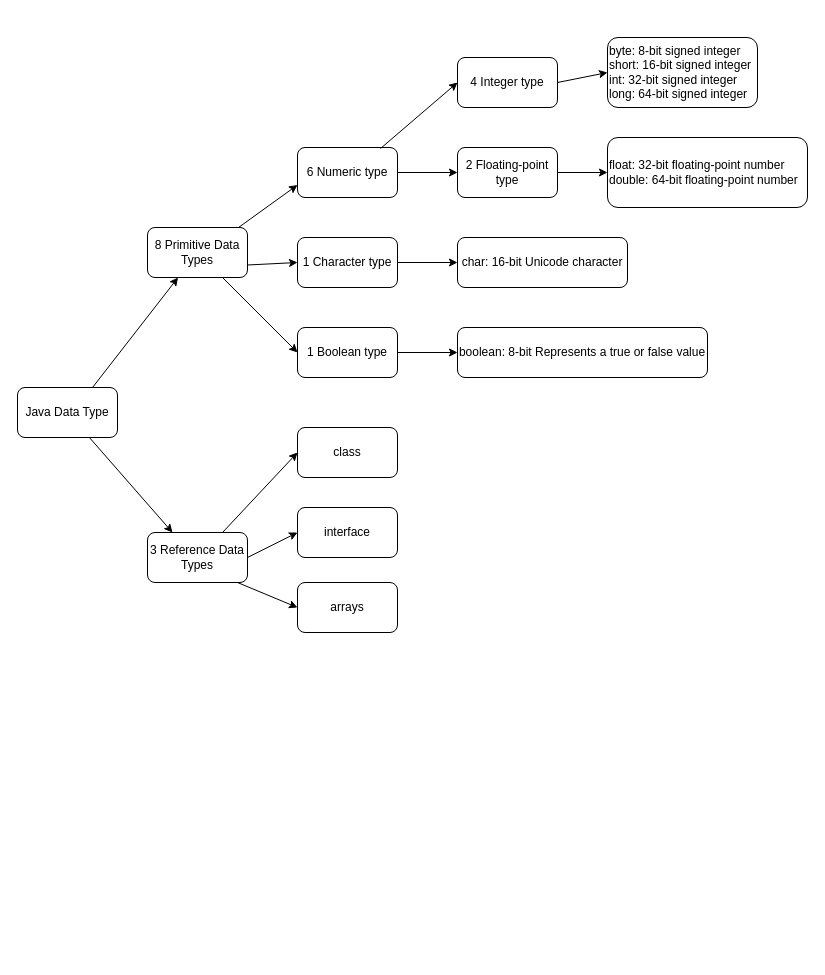
Harold-byte/Javachart keeps this draw.io diagram as Java Data Type Chart.drawio. Above is the earlier version. Source tidied: cells renumbered, new cells numbered last; positions are measured from the earlier drawing's top-left corner, leaving out a move shared by most shapes. Both pictures are drawn from the tidied source at 100%, with x=0, y=0 at pixel (17, 37).
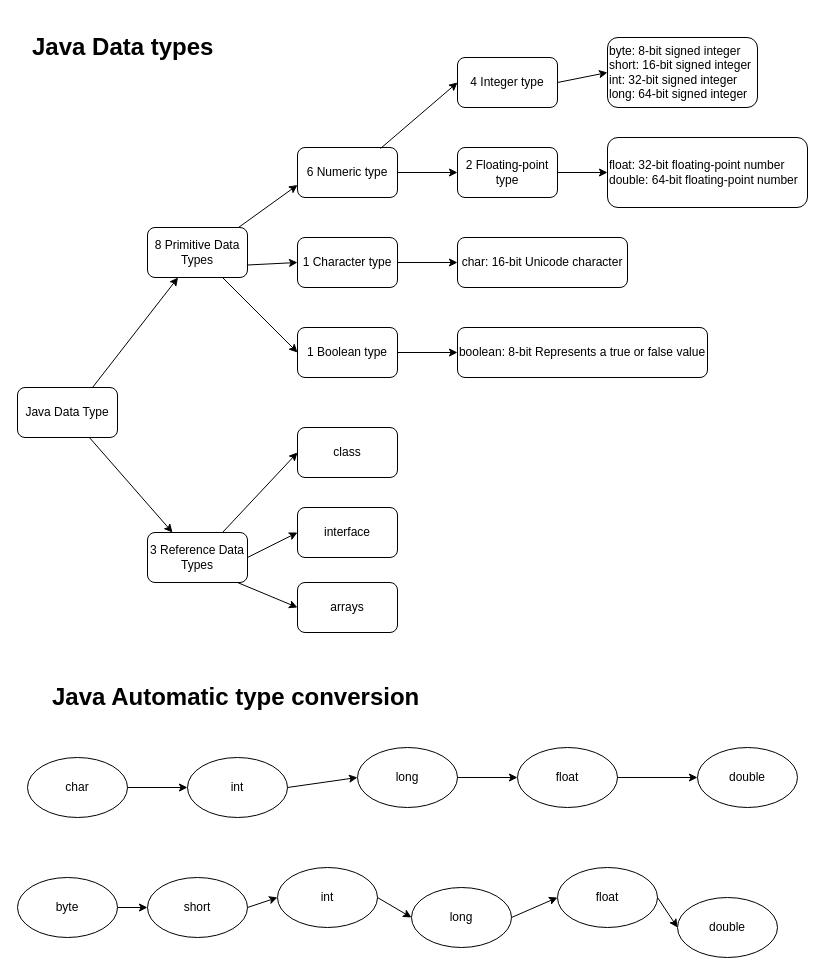
The same diagram, later.

Change to the diagram source:
```diff
@@
+    <mxCell id="31" value="char" style="ellipse;whiteSpace=wrap;html=1;" parent="1" vertex="1">
+      <mxGeometry x="10" y="720" width="100" height="60" as="geometry" />
+    </mxCell>
+    <mxCell id="32" style="endArrow=classic;html=1;rounded=0;exitX=1;exitY=0.5;exitDx=0;exitDy=0;entryX=0;entryY=0.5;entryDx=0;entryDy=0;" parent="1" edge="1" source="31" target="33">
+      <mxGeometry relative="1" as="geometry" />
+    </mxCell>
+    <mxCell id="33" value="int" style="ellipse;whiteSpace=wrap;html=1;" parent="1" vertex="1">
+      <mxGeometry x="170" y="720" width="100" height="60" as="geometry" />
+    </mxCell>
+    <mxCell id="34" style="endArrow=classic;html=1;rounded=0;exitX=1;exitY=0.5;exitDx=0;exitDy=0;entryX=0;entryY=0.5;entryDx=0;entryDy=0;" parent="1" edge="1" source="33" target="35">
+      <mxGeometry relative="1" as="geometry" />
+    </mxCell>
+    <mxCell id="35" value="long" style="ellipse;whiteSpace=wrap;html=1;" parent="1" vertex="1">
+      <mxGeometry x="340" y="710" width="100" height="60" as="geometry" />
+    </mxCell>
+    <mxCell id="36" style="endArrow=classic;html=1;rounded=0;exitX=1;exitY=0.5;exitDx=0;exitDy=0;entryX=0;entryY=0.5;entryDx=0;entryDy=0;" parent="1" edge="1" source="35" target="37">
+      <mxGeometry relative="1" as="geometry" />
+    </mxCell>
+    <mxCell id="37" value="float" style="ellipse;whiteSpace=wrap;html=1;" parent="1" vertex="1">
+      <mxGeometry x="500" y="710" width="100" height="60" as="geometry" />
+    </mxCell>
+    <mxCell id="38" style="endArrow=classic;html=1;rounded=0;exitX=1;exitY=0.5;exitDx=0;exitDy=0;entryX=0;entryY=0.5;entryDx=0;entryDy=0;" parent="1" edge="1" source="37" target="39">
+      <mxGeometry relative="1" as="geometry" />
+    </mxCell>
+    <mxCell id="39" value="double" style="ellipse;whiteSpace=wrap;html=1;" parent="1" vertex="1">
+      <mxGeometry x="680" y="710" width="100" height="60" as="geometry" />
+    </mxCell>
+    <mxCell id="40" value="byte" style="ellipse;whiteSpace=wrap;html=1;" parent="1" vertex="1">
+      <mxGeometry y="840" width="100" height="60" as="geometry" />
+    </mxCell>
+    <mxCell id="41" style="endArrow=classic;html=1;rounded=0;exitX=1;exitY=0.5;exitDx=0;exitDy=0;entryX=0;entryY=0.5;entryDx=0;entryDy=0;" parent="1" edge="1" source="40" target="42">
+      <mxGeometry relative="1" as="geometry" />
+    </mxCell>
+    <mxCell id="42" value="short" style="ellipse;whiteSpace=wrap;html=1;" parent="1" vertex="1">
+      <mxGeometry x="130" y="840" width="100" height="60" as="geometry" />
+    </mxCell>
+    <mxCell id="43" style="endArrow=classic;html=1;rounded=0;exitX=1;exitY=0.5;exitDx=0;exitDy=0;entryX=0;entryY=0.5;entryDx=0;entryDy=0;" parent="1" edge="1" source="42" target="44">
+      <mxGeometry relative="1" as="geometry" />
+    </mxCell>
+    <mxCell id="44" value="int" style="ellipse;whiteSpace=wrap;html=1;" parent="1" vertex="1">
+      <mxGeometry x="260" y="830" width="100" height="60" as="geometry" />
+    </mxCell>
+    <mxCell id="45" style="endArrow=classic;html=1;rounded=0;exitX=1;exitY=0.5;exitDx=0;exitDy=0;entryX=0;entryY=0.5;entryDx=0;entryDy=0;" parent="1" edge="1" source="44" target="46">
+      <mxGeometry relative="1" as="geometry" />
+    </mxCell>
+    <mxCell id="46" value="long" style="ellipse;whiteSpace=wrap;html=1;" parent="1" vertex="1">
+      <mxGeometry x="394" y="850" width="100" height="60" as="geometry" />
+    </mxCell>
+    <mxCell id="47" style="endArrow=classic;html=1;rounded=0;exitX=1;exitY=0.5;exitDx=0;exitDy=0;entryX=0;entryY=0.5;entryDx=0;entryDy=0;" parent="1" edge="1" source="46" target="48">
+      <mxGeometry relative="1" as="geometry" />
+    </mxCell>
+    <mxCell id="48" value="float" style="ellipse;whiteSpace=wrap;html=1;" parent="1" vertex="1">
+      <mxGeometry x="540" y="830" width="100" height="60" as="geometry" />
+    </mxCell>
+    <mxCell id="49" value="double" style="ellipse;whiteSpace=wrap;html=1;" parent="1" vertex="1">
+      <mxGeometry x="660" y="860" width="100" height="60" as="geometry" />
+    </mxCell>
+    <mxCell id="50" style="endArrow=classic;html=1;rounded=0;exitX=1;exitY=0.5;exitDx=0;exitDy=0;entryX=0;entryY=0.5;entryDx=0;entryDy=0;" parent="1" edge="1" source="48" target="49">
+      <mxGeometry relative="1" as="geometry" />
+    </mxCell>
+    <mxCell id="51" value="&lt;h1&gt;Java Data types&lt;/h1&gt;" style="text;html=1;strokeColor=none;fillColor=none;spacing=5;spacingTop=-20;whiteSpace=wrap;overflow=hidden;rounded=0;" parent="1" vertex="1">
+      <mxGeometry x="10" y="-10" width="190" height="120" as="geometry" />
+    </mxCell>
+    <mxCell id="52" value="&lt;h1&gt;Java Automatic type conversion&lt;/h1&gt;" style="text;html=1;strokeColor=none;fillColor=none;spacing=5;spacingTop=-20;whiteSpace=wrap;overflow=hidden;rounded=0;" parent="1" vertex="1">
+      <mxGeometry x="30" y="640" width="500" height="60" as="geometry" />
+    </mxCell>
```
